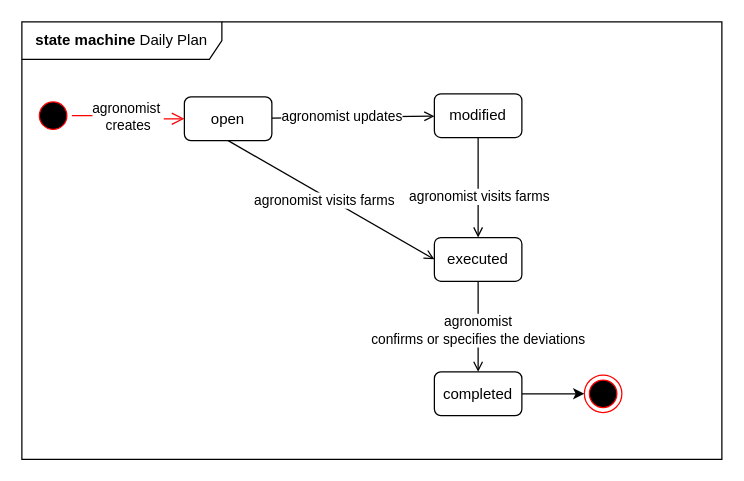
ictar/DREAM-SE2-Project-2022 keeps this draw.io diagram as page "Daily Plan" (2 of 2) of RASD/diagrams/State Diagram.drawio. Above is the earlier version. Source tidied: cells renumbered, new cells numbered last; positions are measured from the earlier drawing's top-left corner, leaving out a move shared by most shapes. Both pictures are drawn from the tidied source at 125%, with x=0, y=0 at pixel (21, 21).
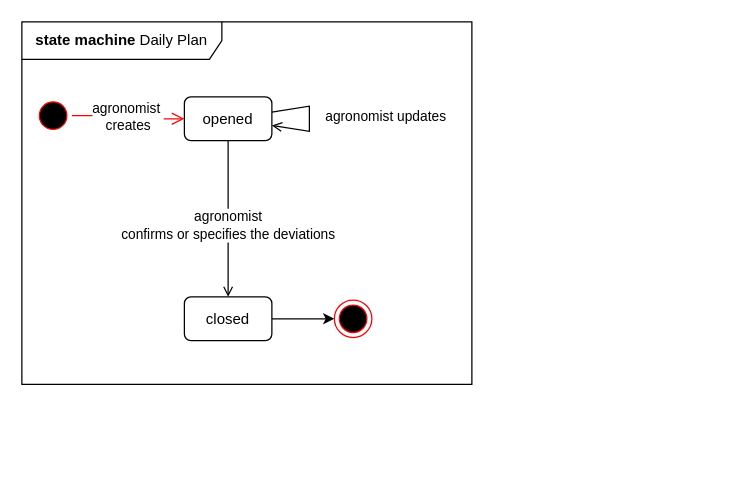
The same diagram, later.

Diff of the diagram source:
```diff
@@
     <mxCell id="2" value="&lt;b&gt;state machine&lt;/b&gt;&amp;nbsp;Daily Plan" style="shape=umlFrame;whiteSpace=wrap;html=1;width=160;height=30;" parent="1" vertex="1">
-      <mxGeometry width="560" height="350" as="geometry" />
+      <mxGeometry width="360" height="290" as="geometry" />
     </mxCell>
@@
-    <mxCell id="6" style="edgeStyle=none;rounded=0;jettySize=auto;html=1;endArrow=open;endFill=0;" parent="1" edge="1" source="10" target="13">
-      <mxGeometry relative="1" as="geometry" />
+    <mxCell id="6" style="edgeStyle=none;rounded=0;orthogonalLoop=1;jettySize=auto;html=1;endArrow=open;endFill=0;" parent="1" edge="1" source="10" target="10">
+      <mxGeometry relative="1" as="geometry">
+        <Array as="points">
+          <mxPoint x="230" y="78" />
+        </Array>
+      </mxGeometry>
     </mxCell>
     <mxCell id="7" value="agronomist updates" style="edgeLabel;html=1;align=center;verticalAlign=middle;" parent="6" vertex="1">
-      <mxGeometry x="-0.14" y="1" relative="1" as="geometry" />
+      <mxGeometry x="-0.14" y="1" relative="1" as="geometry">
+        <mxPoint x="59" y="3" as="offset" />
+      </mxGeometry>
     </mxCell>
-    <mxCell id="8" style="edgeStyle=none;rounded=0;jettySize=auto;html=1;exitX=0.5;exitY=1;exitDx=0;exitDy=0;entryX=0;entryY=0.5;entryDx=0;entryDy=0;endArrow=open;endFill=0;" parent="1" edge="1" source="10" target="16">
-      <mxGeometry relative="1" as="geometry" />
-    </mxCell>
-    <mxCell id="9" value="agronomist visits farms" style="edgeLabel;html=1;align=center;verticalAlign=middle;" parent="8" vertex="1">
-      <mxGeometry x="-0.05" y="-2" relative="1" as="geometry">
-        <mxPoint y="1" as="offset" />
-      </mxGeometry>
-    </mxCell>
-    <mxCell id="10" value="open" style="rounded=1;whiteSpace=wrap;html=1;" parent="1" vertex="1">
+    <mxCell id="10" value="opened" style="rounded=1;whiteSpace=wrap;html=1;" parent="1" vertex="1">
       <mxGeometry x="130" y="60" width="70" height="35" as="geometry" />
     </mxCell>
-    <mxCell id="11" style="edgeStyle=none;rounded=0;jettySize=auto;html=1;endArrow=open;endFill=0;" parent="1" edge="1" source="13" target="16">
-      <mxGeometry relative="1" as="geometry" />
-    </mxCell>
-    <mxCell id="12" value="agronomist visits farms" style="edgeLabel;html=1;align=center;verticalAlign=middle;" parent="11" vertex="1">
-      <mxGeometry x="-0.24" y="-1" relative="1" as="geometry">
-        <mxPoint x="1" y="17" as="offset" />
-      </mxGeometry>
-    </mxCell>
-    <mxCell id="13" value="modified" style="rounded=1;whiteSpace=wrap;html=1;" parent="1" vertex="1">
-      <mxGeometry x="330" y="57.5" width="70" height="35" as="geometry" />
-    </mxCell>
-    <mxCell id="14" style="edgeStyle=orthogonalEdgeStyle;rounded=0;jettySize=auto;html=1;endArrow=open;endFill=0;" parent="1" edge="1" source="16" target="19">
+    <mxCell id="14" style="edgeStyle=orthogonalEdgeStyle;rounded=0;jettySize=auto;html=1;endArrow=open;endFill=0;exitX=0.5;exitY=1;exitDx=0;exitDy=0;" parent="1" edge="1" source="10" target="19">
       <mxGeometry relative="1" as="geometry" />
     </mxCell>
@@
-    <mxCell id="16" value="executed" style="rounded=1;whiteSpace=wrap;html=1;" parent="1" vertex="1">
-      <mxGeometry x="330" y="172.5" width="70" height="35" as="geometry" />
-    </mxCell>
     <mxCell id="17" style="ellipse;html=1;shape=endState;fillColor=#000000;strokeColor=#ff0000;" parent="1" vertex="1">
-      <mxGeometry x="450" y="282.5" width="30" height="30" as="geometry" />
+      <mxGeometry x="250" y="222.5" width="30" height="30" as="geometry" />
     </mxCell>
@@
-    <mxCell id="19" value="completed" style="rounded=1;whiteSpace=wrap;html=1;" parent="1" vertex="1">
-      <mxGeometry x="330" y="280" width="70" height="35" as="geometry" />
+    <mxCell id="19" value="closed" style="rounded=1;whiteSpace=wrap;html=1;" parent="1" vertex="1">
+      <mxGeometry x="130" y="220" width="70" height="35" as="geometry" />
     </mxCell>
```
